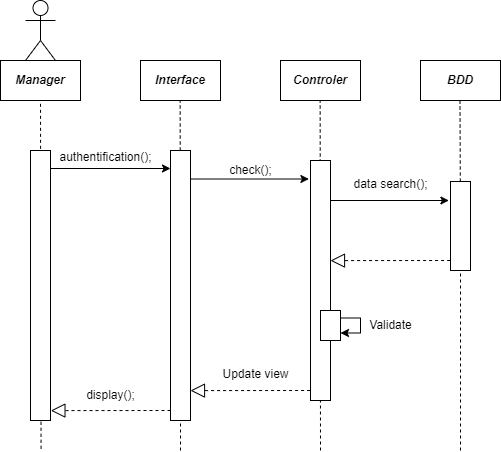
Earlier version of the draw.io export Diagrammes/diag séquence personnel show.png (pierre1316/Projet-POO-CPP-CLI). Source tidied: cells renumbered, new cells last; positions are measured from the earlier drawing's top-left corner, leaving out a move shared by most shapes.
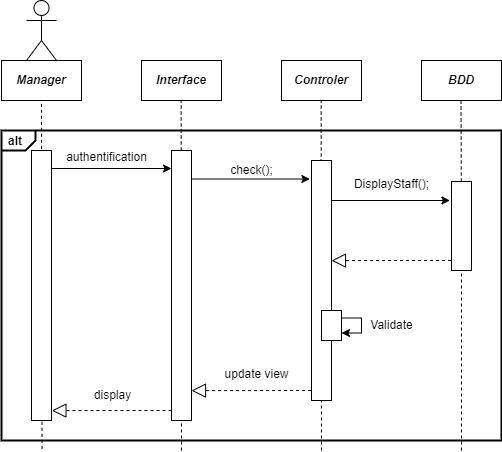
Later version of the same file.

What changed in the source:
```diff
@@ -2,6 +2,9 @@
   <root>
     <mxCell id="0" />
     <mxCell id="1" parent="0" />
+    <mxCell id="31" value="&lt;p style=&quot;margin:0px;margin-top:4px;margin-left:7px;text-align:left;&quot;&gt;&lt;b&gt;alt&lt;/b&gt;&lt;/p&gt;" style="html=1;shape=mxgraph.sysml.package;overflow=fill;labelX=34.4;strokeWidth=2;align=center;fillColor=none;" parent="1" vertex="1">
+      <mxGeometry y="130" width="500" height="310" as="geometry" />
+    </mxCell>
     <mxCell id="2" value="&lt;p style=&quot;margin:13px;&quot;&gt;&lt;b&gt;&lt;i&gt;Manager&lt;/i&gt;&lt;/b&gt;&lt;/p&gt;" style="shape=rect;html=1;overflow=fill;whiteSpace=wrap;align=center;fillColor=none;" parent="1" vertex="1">
       <mxGeometry y="60" width="80" height="40" as="geometry" />
     </mxCell>
@@ -50,8 +53,8 @@
         <mxPoint x="170" y="168" as="targetPoint" />
       </mxGeometry>
     </mxCell>
-    <mxCell id="14" value="authentification();" style="text;html=1;align=center;verticalAlign=middle;strokeColor=none;fillColor=none;" parent="1" vertex="1">
-      <mxGeometry x="50" y="147" width="110" height="20" as="geometry" />
+    <mxCell id="14" value="authentification" style="text;html=1;align=center;verticalAlign=middle;strokeColor=none;fillColor=none;" parent="1" vertex="1">
+      <mxGeometry x="55" y="142" width="100" height="30" as="geometry" />
     </mxCell>
     <mxCell id="15" style="edgeStyle=none;html=1;endSize=12;endArrow=block;endFill=0;dashed=1;rounded=0;exitX=-0.02;exitY=0.163;exitDx=0;exitDy=0;exitPerimeter=0;" parent="1" edge="1">
       <mxGeometry relative="1" as="geometry">
@@ -74,11 +77,11 @@
         <mxPoint x="190" y="390.1" as="targetPoint" />
       </mxGeometry>
     </mxCell>
-    <mxCell id="19" value="Update view" style="text;html=1;align=center;verticalAlign=middle;strokeColor=none;fillColor=none;" parent="1" vertex="1">
-      <mxGeometry x="210" y="359" width="90" height="30" as="geometry" />
+    <mxCell id="19" value="update view" style="text;html=1;align=center;verticalAlign=middle;strokeColor=none;fillColor=none;" parent="1" vertex="1">
+      <mxGeometry x="214" y="361" width="82" height="26" as="geometry" />
     </mxCell>
-    <mxCell id="20" value="display();" style="text;html=1;align=center;verticalAlign=middle;strokeColor=none;fillColor=none;" parent="1" vertex="1">
-      <mxGeometry x="80" y="385" width="60" height="20" as="geometry" />
+    <mxCell id="20" value="display" style="text;html=1;align=center;verticalAlign=middle;strokeColor=none;fillColor=none;" parent="1" vertex="1">
+      <mxGeometry x="83" y="382" width="55" height="26" as="geometry" />
     </mxCell>
     <mxCell id="21" value="&lt;p style=&quot;margin:13px;&quot;&gt;&lt;b&gt;&lt;i&gt;BDD&lt;/i&gt;&lt;/b&gt;&lt;/p&gt;" style="shape=rect;html=1;overflow=fill;whiteSpace=wrap;align=center;fillColor=none;" parent="1" vertex="1">
       <mxGeometry x="420" y="60" width="80" height="40" as="geometry" />
@@ -102,8 +105,8 @@
         <mxPoint x="448.4" y="200" as="targetPoint" />
       </mxGeometry>
     </mxCell>
-    <mxCell id="26" value="data search();" style="text;html=1;align=center;verticalAlign=middle;strokeColor=none;fillColor=none;" parent="1" vertex="1">
-      <mxGeometry x="345" y="174" width="90" height="20" as="geometry" />
+    <mxCell id="26" value="DisplayStaff();" style="text;html=1;align=center;verticalAlign=middle;strokeColor=none;fillColor=none;" parent="1" vertex="1">
+      <mxGeometry x="340" y="169" width="100" height="30" as="geometry" />
     </mxCell>
     <mxCell id="27" style="edgeStyle=none;html=1;endSize=12;endArrow=block;endFill=0;dashed=1;rounded=0;exitX=-0.02;exitY=0.163;exitDx=0;exitDy=0;exitPerimeter=0;" parent="1" edge="1">
       <mxGeometry relative="1" as="geometry">
```
